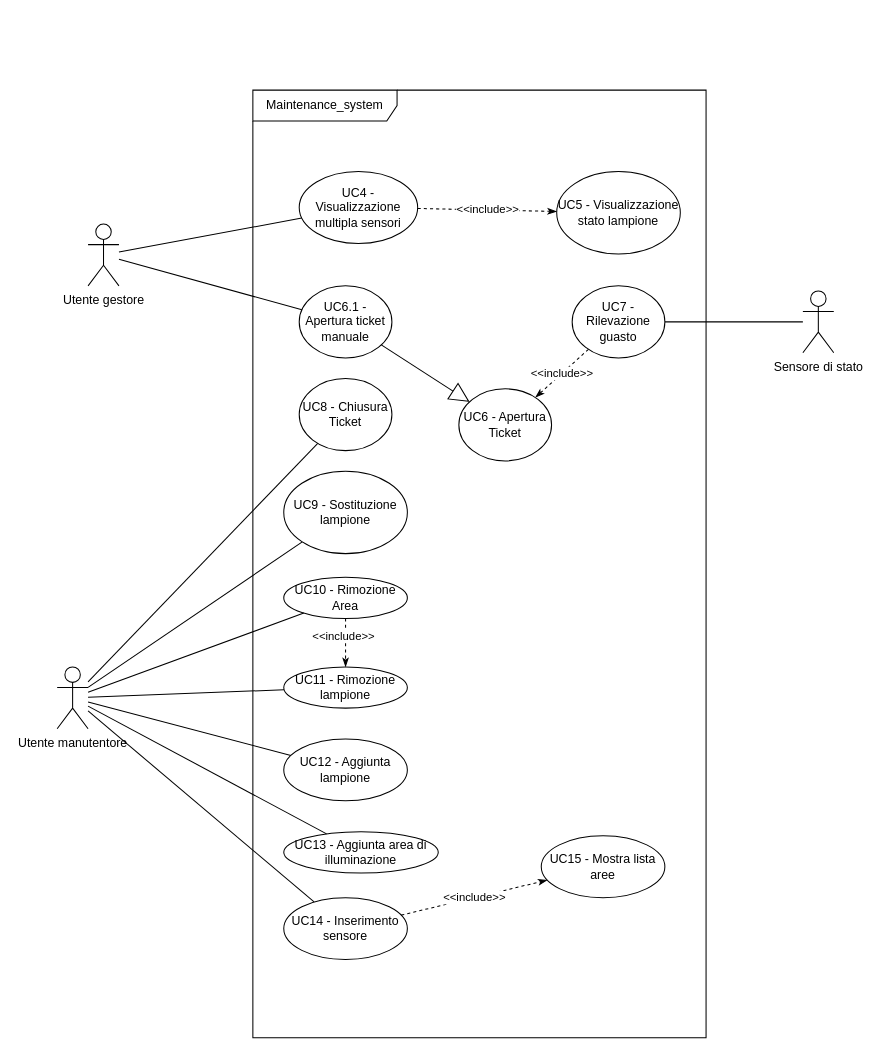
SWEasabi/analisi-dei-requisiti keeps this draw.io diagram as page "Maintenance_system" (2 of 3) of casi_uso_grafici.drawio. Above is the earlier version. Source tidied: cells renumbered, new cells numbered last; positions are measured from the earlier drawing's top-left corner, leaving out a move shared by most shapes. Both pictures are drawn from the tidied source at 103%, with x=0, y=0 at pixel (57, 90).
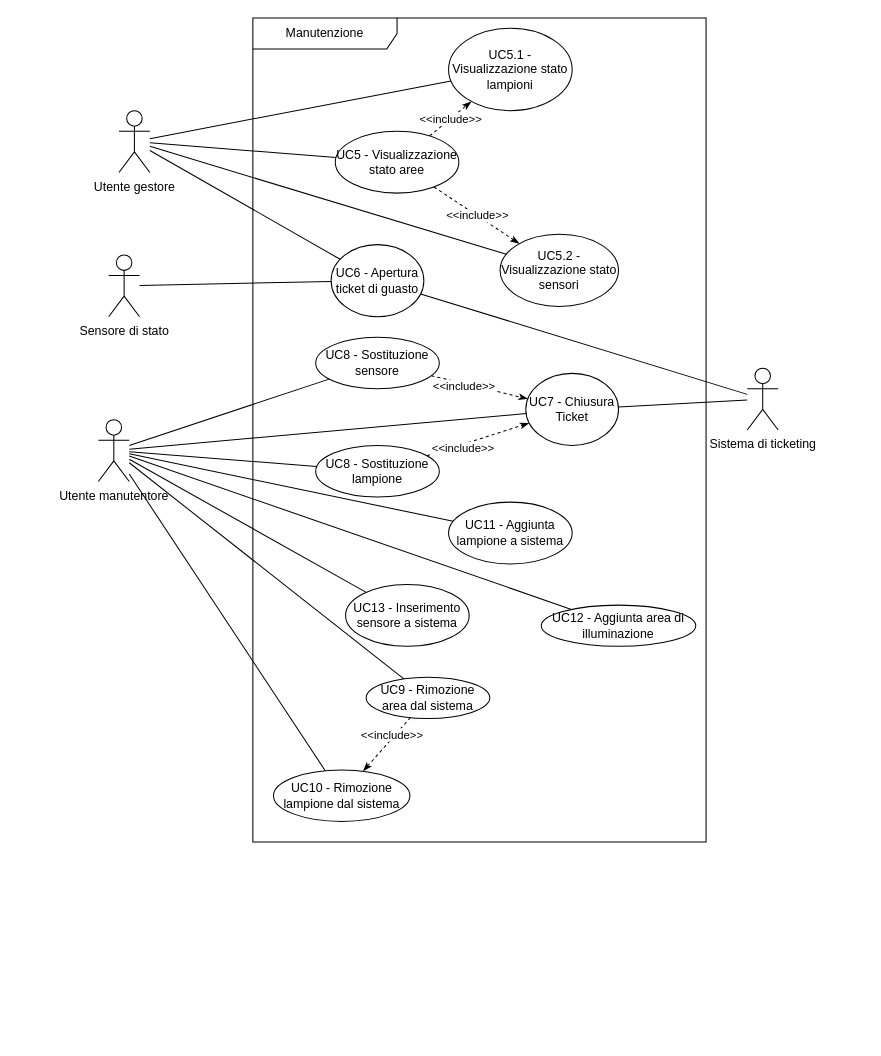
After the change.

Commit message (it also covers changes not shown here):
Auth system finalizzato, e fixato l'uml dei casi d'uso

The edit, as a diff of the source:
```diff
@@
-    <mxCell id="2" value="Maintenance_system" style="shape=umlFrame;whiteSpace=wrap;html=1;width=140;height=30;" parent="1" vertex="1">
-      <mxGeometry x="190" width="440" height="920" as="geometry" />
+    <mxCell id="2" value="Manutenzione" style="shape=umlFrame;whiteSpace=wrap;html=1;width=140;height=30;" parent="1" vertex="1">
+      <mxGeometry x="190" y="-70" width="440" height="800" as="geometry" />
     </mxCell>
-    <mxCell id="3" style="edgeStyle=none;rounded=0;jettySize=auto;html=1;endArrow=block;endFill=0;endSize=17;" parent="1" edge="1" source="4" target="28">
-      <mxGeometry relative="1" as="geometry" />
-    </mxCell>
-    <mxCell id="4" value="UC6.1 - Apertura ticket manuale" style="ellipse;whiteSpace=wrap;html=1;" parent="1" vertex="1">
-      <mxGeometry x="235" y="190" width="90" height="70" as="geometry" />
+    <mxCell id="4" value="UC6 - Apertura ticket di guasto" style="ellipse;whiteSpace=wrap;html=1;" parent="1" vertex="1">
+      <mxGeometry x="266" y="150" width="90" height="70" as="geometry" />
     </mxCell>
-    <mxCell id="5" style="edgeStyle=none;rounded=0;jettySize=auto;html=1;startArrow=none;startFill=0;endArrow=none;endFill=0;" parent="1" edge="1" source="6" target="7">
+    <mxCell id="5" style="edgeStyle=none;rounded=0;jettySize=auto;html=1;startArrow=none;startFill=0;endArrow=none;endFill=0;" parent="1" edge="1" source="4" target="7">
       <mxGeometry relative="1" as="geometry" />
     </mxCell>
-    <mxCell id="6" value="UC7 - Rilevazione guasto" style="ellipse;whiteSpace=wrap;html=1;" parent="1" vertex="1">
-      <mxGeometry x="500" y="190" width="90" height="70" as="geometry" />
-    </mxCell>
     <mxCell id="7" value="Sensore di stato" style="shape=umlActor;verticalLabelPosition=bottom;verticalAlign=top;html=1;outlineConnect=0;gradientColor=none;" parent="1" vertex="1">
-      <mxGeometry x="724" y="195" width="30" height="60" as="geometry" />
+      <mxGeometry x="50" y="160" width="30" height="60" as="geometry" />
     </mxCell>
-    <mxCell id="8" value="&amp;lt;&amp;lt;include&amp;gt;&amp;gt;" style="edgeStyle=none;rounded=0;sketch=0;jettySize=auto;html=1;shadow=0;dashed=1;startArrow=none;startFill=0;endArrow=classicThin;endFill=1;startSize=6;endSize=6;sourcePerimeterSpacing=0;targetPerimeterSpacing=0;" parent="1" edge="1" source="6" target="28">
-      <mxGeometry relative="1" as="geometry" />
-    </mxCell>
@@
-    <mxCell id="10" value="UC12 - Aggiunta lampione" style="ellipse;whiteSpace=wrap;html=1;" parent="1" vertex="1">
-      <mxGeometry x="220" y="630" width="120" height="60" as="geometry" />
+    <mxCell id="10" value="UC11 - Aggiunta lampione a sistema" style="ellipse;whiteSpace=wrap;html=1;" parent="1" vertex="1">
+      <mxGeometry x="380" y="400" width="120" height="60" as="geometry" />
     </mxCell>
@@
     <mxCell id="14" value="Utente manutentore" style="shape=umlActor;verticalLabelPosition=bottom;verticalAlign=top;html=1;outlineConnect=0;gradientColor=none;" parent="1" vertex="1">
-      <mxGeometry y="560" width="30" height="60" as="geometry" />
+      <mxGeometry x="40" y="320" width="30" height="60" as="geometry" />
     </mxCell>
@@
     <mxCell id="17" value="Utente gestore" style="shape=umlActor;verticalLabelPosition=bottom;verticalAlign=top;html=1;outlineConnect=0;gradientColor=none;" parent="1" vertex="1">
-      <mxGeometry x="30" y="130" width="30" height="60" as="geometry" />
+      <mxGeometry x="60" y="20" width="30" height="60" as="geometry" />
     </mxCell>
-    <mxCell id="18" value="UC8 - Chiusura Ticket" style="ellipse;whiteSpace=wrap;html=1;" parent="1" vertex="1">
-      <mxGeometry x="235" y="280" width="90" height="70" as="geometry" />
+    <mxCell id="18" value="UC7 - Chiusura Ticket" style="ellipse;whiteSpace=wrap;html=1;" parent="1" vertex="1">
+      <mxGeometry x="455" y="275" width="90" height="70" as="geometry" />
     </mxCell>
-    <mxCell id="19" value="UC14 - Inserimento sensore" style="ellipse;whiteSpace=wrap;html=1;" parent="1" vertex="1">
-      <mxGeometry x="220" y="784" width="120" height="60" as="geometry" />
+    <mxCell id="19" value="UC13 - Inserimento sensore a sistema" style="ellipse;whiteSpace=wrap;html=1;" parent="1" vertex="1">
+      <mxGeometry x="280" y="480" width="120" height="60" as="geometry" />
     </mxCell>
-    <mxCell id="20" value="&amp;lt;&amp;lt;include&amp;gt;&amp;gt;" style="edgeStyle=none;rounded=0;sketch=0;jettySize=auto;html=1;shadow=0;dashed=1;startArrow=none;startFill=0;endArrow=classicThin;endFill=1;startSize=6;endSize=6;sourcePerimeterSpacing=0;targetPerimeterSpacing=0;" parent="1" edge="1" source="19" target="21">
+    <mxCell id="20" value="&amp;lt;&amp;lt;include&amp;gt;&amp;gt;" style="edgeStyle=none;rounded=0;sketch=0;jettySize=auto;html=1;shadow=0;dashed=1;startArrow=none;startFill=0;endArrow=classicThin;endFill=1;startSize=6;endSize=6;sourcePerimeterSpacing=0;targetPerimeterSpacing=0;" parent="1" edge="1" source="21" target="23">
       <mxGeometry relative="1" as="geometry" />
     </mxCell>
-    <mxCell id="21" value="UC15 - Mostra lista aree" style="ellipse;whiteSpace=wrap;html=1;" parent="1" vertex="1">
-      <mxGeometry x="470" y="724" width="120" height="60" as="geometry" />
+    <mxCell id="21" value="UC5 - Visualizzazione stato aree" style="ellipse;whiteSpace=wrap;html=1;" parent="1" vertex="1">
+      <mxGeometry x="270" y="40" width="120" height="60" as="geometry" />
     </mxCell>
-    <mxCell id="22" value="UC9 - Sostituzione lampione" style="ellipse;whiteSpace=wrap;html=1;" parent="1" vertex="1">
-      <mxGeometry x="220" y="370" width="120" height="80" as="geometry" />
+    <mxCell id="22" value="UC8 - Sostituzione lampione" style="ellipse;whiteSpace=wrap;html=1;" parent="1" vertex="1">
+      <mxGeometry x="251" y="345" width="120" height="50" as="geometry" />
     </mxCell>
-    <mxCell id="23" value="UC4 - Visualizzazione multipla sensori" style="ellipse;whiteSpace=wrap;html=1;" parent="1" vertex="1">
-      <mxGeometry x="235" y="79" width="115" height="70" as="geometry" />
+    <mxCell id="23" value="UC5.2&amp;nbsp;- Visualizzazione stato sensori" style="ellipse;whiteSpace=wrap;html=1;" parent="1" vertex="1">
+      <mxGeometry x="430" y="140" width="115" height="70" as="geometry" />
     </mxCell>
-    <mxCell id="24" value="UC5 - Visualizzazione stato lampione" style="ellipse;whiteSpace=wrap;html=1;" parent="1" vertex="1">
-      <mxGeometry x="485" y="79" width="120" height="80" as="geometry" />
+    <mxCell id="24" value="UC5.1 - Visualizzazione stato lampioni" style="ellipse;whiteSpace=wrap;html=1;" parent="1" vertex="1">
+      <mxGeometry x="380" y="-60" width="120" height="80" as="geometry" />
     </mxCell>
@@
-    <mxCell id="26" value="UC11 - Rimozione lampione" style="ellipse;whiteSpace=wrap;html=1;" parent="1" vertex="1">
-      <mxGeometry x="220" y="560" width="120" height="40" as="geometry" />
+    <mxCell id="26" value="UC10 - Rimozione lampione dal sistema" style="ellipse;whiteSpace=wrap;html=1;" parent="1" vertex="1">
+      <mxGeometry x="210" y="660" width="132.5" height="50" as="geometry" />
     </mxCell>
-    <mxCell id="27" value="&amp;lt;&amp;lt;include&amp;gt;&amp;gt;" style="edgeStyle=none;rounded=0;sketch=0;jettySize=auto;html=1;shadow=0;dashed=1;startArrow=none;startFill=0;endArrow=classicThin;endFill=1;startSize=6;endSize=6;sourcePerimeterSpacing=0;targetPerimeterSpacing=0;" parent="1" edge="1" source="23" target="24">
+    <mxCell id="27" value="&amp;lt;&amp;lt;include&amp;gt;&amp;gt;" style="edgeStyle=none;rounded=0;sketch=0;jettySize=auto;html=1;shadow=0;dashed=1;startArrow=none;startFill=0;endArrow=classicThin;endFill=1;startSize=6;endSize=6;sourcePerimeterSpacing=0;targetPerimeterSpacing=0;" parent="1" edge="1" source="21" target="24">
       <mxGeometry relative="1" as="geometry" />
     </mxCell>
-    <mxCell id="28" value="UC6 - Apertura Ticket" style="ellipse;whiteSpace=wrap;html=1;" parent="1" vertex="1">
-      <mxGeometry x="390" y="290" width="90" height="70" as="geometry" />
-    </mxCell>
-    <mxCell id="29" value="UC13 - Aggiunta area di illuminazione" style="ellipse;whiteSpace=wrap;html=1;" parent="1" vertex="1">
-      <mxGeometry x="220" y="720" width="150" height="40" as="geometry" />
+    <mxCell id="29" value="UC12&amp;nbsp;- Aggiunta area di illuminazione" style="ellipse;whiteSpace=wrap;html=1;" parent="1" vertex="1">
+      <mxGeometry x="470" y="500" width="150" height="40" as="geometry" />
     </mxCell>
@@
-    <mxCell id="31" value="UC10 - Rimozione Area" style="ellipse;whiteSpace=wrap;html=1;" parent="1" vertex="1">
-      <mxGeometry x="220" y="473" width="120" height="40" as="geometry" />
+    <mxCell id="31" value="UC9 - Rimozione area dal sistema" style="ellipse;whiteSpace=wrap;html=1;" parent="1" vertex="1">
+      <mxGeometry x="300" y="570" width="120" height="40" as="geometry" />
     </mxCell>
@@
+    <mxCell id="35" style="edgeStyle=none;rounded=0;jumpStyle=none;jumpSize=15;jettySize=auto;html=1;endArrow=none;endFill=0;" parent="1" edge="1" source="17" target="24">
+      <mxGeometry relative="1" as="geometry" />
+    </mxCell>
+    <mxCell id="36" style="edgeStyle=none;rounded=0;jumpStyle=none;jumpSize=15;jettySize=auto;html=1;endArrow=none;endFill=0;" parent="1" edge="1" source="17" target="21">
+      <mxGeometry relative="1" as="geometry" />
+    </mxCell>
+    <mxCell id="37" value="Sistema di ticketing" style="shape=umlActor;verticalLabelPosition=bottom;verticalAlign=top;html=1;outlineConnect=0;gradientColor=none;" parent="1" vertex="1">
+      <mxGeometry x="670" y="270" width="30" height="60" as="geometry" />
+    </mxCell>
+    <mxCell id="38" style="edgeStyle=none;rounded=0;jettySize=auto;html=1;startArrow=none;startFill=0;endArrow=none;endFill=0;" parent="1" edge="1" source="4" target="37">
+      <mxGeometry relative="1" as="geometry" />
+    </mxCell>
+    <mxCell id="39" style="edgeStyle=none;rounded=0;jettySize=auto;html=1;startArrow=none;startFill=0;endArrow=none;endFill=0;" parent="1" edge="1" source="18" target="37">
+      <mxGeometry relative="1" as="geometry" />
+    </mxCell>
+    <mxCell id="40" style="edgeStyle=none;rounded=0;sketch=0;jettySize=auto;html=1;shadow=0;dashed=1;startArrow=none;startFill=0;endArrow=classicThin;endFill=1;startSize=6;endSize=6;sourcePerimeterSpacing=0;targetPerimeterSpacing=0;" parent="1" edge="1" source="22" target="18">
+      <mxGeometry relative="1" as="geometry" />
+    </mxCell>
+    <mxCell id="41" value="&amp;lt;&amp;lt;include&amp;gt;&amp;gt;" style="edgeLabel;html=1;align=center;verticalAlign=middle;" parent="40" vertex="1">
+      <mxGeometry x="-0.32" y="-3" relative="1" as="geometry" />
+    </mxCell>
+    <mxCell id="42" value="UC8 - Sostituzione sensore" style="ellipse;whiteSpace=wrap;html=1;" parent="1" vertex="1">
+      <mxGeometry x="251" y="240" width="120" height="50" as="geometry" />
+    </mxCell>
+    <mxCell id="43" style="edgeStyle=none;rounded=0;jumpStyle=none;jumpSize=15;jettySize=auto;html=1;endArrow=none;endFill=0;" parent="1" edge="1" source="14" target="42">
+      <mxGeometry relative="1" as="geometry" />
+    </mxCell>
+    <mxCell id="44" style="edgeStyle=none;rounded=0;sketch=0;jettySize=auto;html=1;shadow=0;dashed=1;startArrow=none;startFill=0;endArrow=classicThin;endFill=1;startSize=6;endSize=6;sourcePerimeterSpacing=0;targetPerimeterSpacing=0;" parent="1" edge="1" source="42" target="18">
+      <mxGeometry relative="1" as="geometry" />
+    </mxCell>
+    <mxCell id="45" value="&amp;lt;&amp;lt;include&amp;gt;&amp;gt;" style="edgeLabel;html=1;align=center;verticalAlign=middle;" parent="44" vertex="1">
+      <mxGeometry x="-0.32" y="-3" relative="1" as="geometry" />
+    </mxCell>
```
